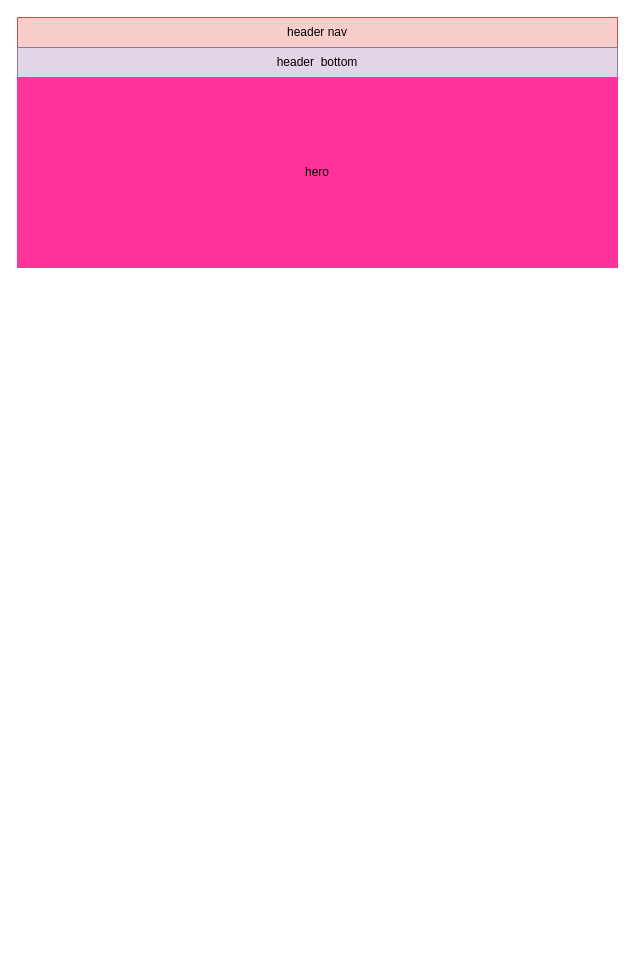
Ashkhen-Adamyan/Blanch keeps this draw.io diagram as Untitled Diagram.drawio. Above is the earlier version. Source tidied: cells renumbered, new cells numbered last; positions are measured from the earlier drawing's top-left corner, leaving out a move shared by most shapes. Both pictures are drawn from the tidied source at 100%, with x=0, y=0 at pixel (17, 17).
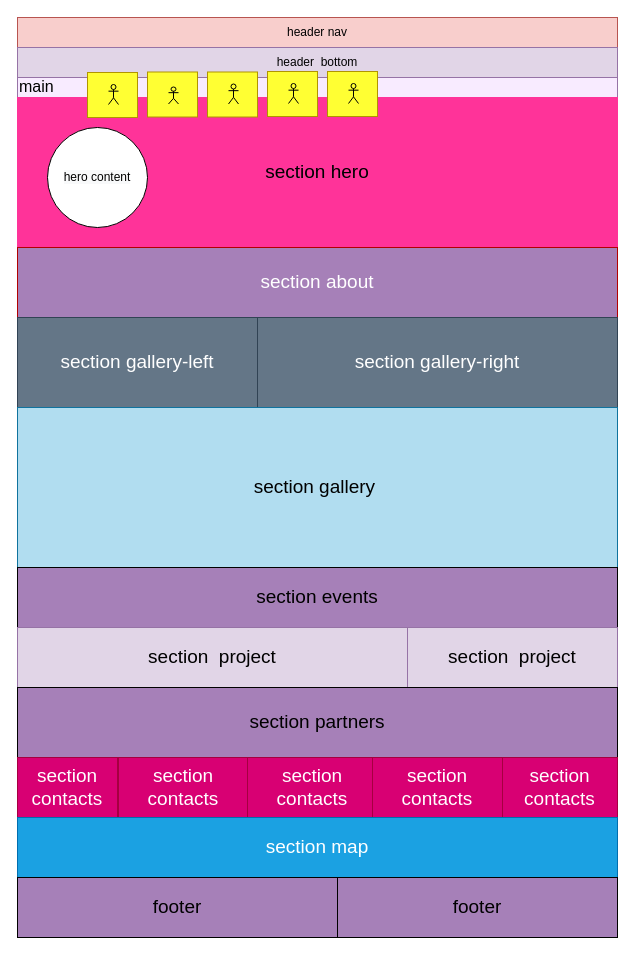
After the change.

What changed in the source:
```diff
@@
+    <mxCell id="5" style="edgeStyle=orthogonalEdgeStyle;rounded=0;jettySize=auto;html=1;" parent="1" edge="1" source="9" target="4">
+      <mxGeometry relative="1" as="geometry" />
+    </mxCell>
+    <mxCell id="6" style="edgeStyle=orthogonalEdgeStyle;rounded=0;jettySize=auto;html=1;exitX=0.5;exitY=1;exitDx=0;exitDy=0;entryX=0.5;entryY=0;entryDx=0;entryDy=0;fontSize=16;" parent="1" edge="1" source="9" target="4">
+      <mxGeometry relative="1" as="geometry" />
+    </mxCell>
+    <mxCell id="7" style="edgeStyle=orthogonalEdgeStyle;rounded=0;jettySize=auto;html=1;exitX=0.5;exitY=1;exitDx=0;exitDy=0;fontSize=16;" parent="1" edge="1" source="9">
+      <mxGeometry relative="1" as="geometry">
+        <mxPoint x="300.3" y="90" as="targetPoint" />
+      </mxGeometry>
+    </mxCell>
+    <mxCell id="8" style="edgeStyle=orthogonalEdgeStyle;rounded=0;jettySize=auto;html=1;fontSize=19;" parent="1" edge="1" source="9" target="4">
+      <mxGeometry relative="1" as="geometry" />
+    </mxCell>
+    <mxCell id="9" value="&lt;sup style=&quot;line-height: 1.6;&quot;&gt;&lt;font style=&quot;font-size: 16px;&quot;&gt;main&lt;/font&gt;&lt;/sup&gt;" style="rounded=0;whiteSpace=wrap;html=1;fillColor=#F8EBFF;strokeColor=#9673a6;align=left;" parent="1" vertex="1">
+      <mxGeometry y="60" width="600" height="20" as="geometry" />
+    </mxCell>
@@
-    <mxCell id="4" value="hero" style="rounded=0;whiteSpace=wrap;html=1;fillColor=#FF3399;strokeColor=#FF3399;" parent="1" vertex="1">
-      <mxGeometry y="60" width="600" height="190" as="geometry" />
+    <mxCell id="4" value="&lt;font style=&quot;font-size: 19px;&quot;&gt;section hero&lt;/font&gt;" style="rounded=0;whiteSpace=wrap;html=1;fillColor=#FF3399;strokeColor=#FF3399;" parent="1" vertex="1">
+      <mxGeometry y="80" width="600" height="150" as="geometry" />
     </mxCell>
+    <mxCell id="10" value="&lt;span style=&quot;caret-color: rgb(0, 0, 0); color: rgb(0, 0, 0); font-family: Helvetica; font-size: 12px; font-style: normal; font-variant-caps: normal; font-weight: normal; letter-spacing: normal; text-align: center; text-indent: 0px; text-transform: none; word-spacing: 0px; -webkit-text-stroke-width: 0px; background-color: rgb(248, 249, 250); text-decoration: none; float: none; display: inline !important;&quot;&gt;hero content&lt;/span&gt;" style="ellipse;whiteSpace=wrap;html=1;" parent="1" vertex="1">
+      <mxGeometry x="30" y="110" width="100" height="100" as="geometry" />
+    </mxCell>
+    <mxCell id="11" style="rounded=0;whiteSpace=wrap;html=1;fontSize=19;fillColor=#FFFF33;fontColor=#000000;strokeColor=#B09500;" parent="1" vertex="1">
+      <mxGeometry x="70" y="55" width="50" height="45" as="geometry" />
+    </mxCell>
+    <mxCell id="12" style="shape=umlActor;verticalLabelPosition=bottom;verticalAlign=top;html=1;fontSize=19;fillColor=#FFFF33;" parent="1" vertex="1">
+      <mxGeometry x="91" y="67" width="10" height="20" as="geometry" />
+    </mxCell>
+    <mxCell id="13" style="rounded=0;whiteSpace=wrap;html=1;fontSize=19;fillColor=#FFFF33;fontColor=#000000;strokeColor=#B09500;" parent="1" vertex="1">
+      <mxGeometry x="130" y="54.5" width="50" height="45" as="geometry" />
+    </mxCell>
+    <mxCell id="14" style="shape=umlActor;verticalLabelPosition=bottom;verticalAlign=top;html=1;fontSize=19;fillColor=#FFFF33;" parent="1" vertex="1">
+      <mxGeometry x="151" y="69.5" width="10" height="17" as="geometry" />
+    </mxCell>
+    <mxCell id="15" style="rounded=0;whiteSpace=wrap;html=1;fontSize=19;fillColor=#FFFF33;fontColor=#000000;strokeColor=#B09500;" parent="1" vertex="1">
+      <mxGeometry x="190" y="54.5" width="50" height="45" as="geometry" />
+    </mxCell>
+    <mxCell id="16" style="shape=umlActor;verticalLabelPosition=bottom;verticalAlign=top;html=1;fontSize=19;fillColor=#FFFF33;" parent="1" vertex="1">
+      <mxGeometry x="211" y="66.5" width="10" height="20" as="geometry" />
+    </mxCell>
+    <mxCell id="17" style="rounded=0;whiteSpace=wrap;html=1;fontSize=19;fillColor=#FFFF33;fontColor=#000000;strokeColor=#B09500;" parent="1" vertex="1">
+      <mxGeometry x="250" y="54" width="50" height="45" as="geometry" />
+    </mxCell>
+    <mxCell id="18" style="shape=umlActor;verticalLabelPosition=bottom;verticalAlign=top;html=1;fontSize=19;fillColor=#FFFF33;" parent="1" vertex="1">
+      <mxGeometry x="271" y="66" width="10" height="20" as="geometry" />
+    </mxCell>
+    <mxCell id="19" style="rounded=0;whiteSpace=wrap;html=1;fontSize=19;fillColor=#FFFF33;fontColor=#000000;strokeColor=#B09500;" parent="1" vertex="1">
+      <mxGeometry x="310" y="54" width="50" height="45" as="geometry" />
+    </mxCell>
+    <mxCell id="20" style="shape=umlActor;verticalLabelPosition=bottom;verticalAlign=top;html=1;fontSize=19;fillColor=#FFFF33;" parent="1" vertex="1">
+      <mxGeometry x="331" y="66" width="10" height="20" as="geometry" />
+    </mxCell>
+    <mxCell id="21" value="&lt;span style=&quot;&quot;&gt;section about&lt;/span&gt;" style="rounded=0;whiteSpace=wrap;html=1;fontSize=19;fillColor=#A680B8;fontColor=#ffffff;strokeColor=#B20000;" parent="1" vertex="1">
+      <mxGeometry y="230" width="600" height="70" as="geometry" />
+    </mxCell>
+    <mxCell id="22" value="&lt;span style=&quot;&quot;&gt;section gallery-left&lt;/span&gt;" style="rounded=0;whiteSpace=wrap;html=1;fontSize=19;fillColor=#647687;fontColor=#ffffff;strokeColor=#314354;" parent="1" vertex="1">
+      <mxGeometry y="300" width="240" height="90" as="geometry" />
+    </mxCell>
+    <mxCell id="23" value="&lt;span style=&quot;&quot;&gt;section gallery-right&lt;/span&gt;" style="rounded=0;whiteSpace=wrap;html=1;fontSize=19;fillColor=#647687;fontColor=#ffffff;strokeColor=#314354;" parent="1" vertex="1">
+      <mxGeometry x="240" y="300" width="360" height="90" as="geometry" />
+    </mxCell>
+    <mxCell id="24" value="section gallery&amp;nbsp;" style="rounded=0;whiteSpace=wrap;html=1;fontSize=19;fillColor=#b1ddf0;strokeColor=#10739e;" parent="1" vertex="1">
+      <mxGeometry y="390" width="600" height="160" as="geometry" />
+    </mxCell>
+    <mxCell id="25" value="&lt;span style=&quot;&quot;&gt;section events&lt;/span&gt;" style="rounded=0;whiteSpace=wrap;html=1;fontSize=19;fillColor=#A680B8;" parent="1" vertex="1">
+      <mxGeometry y="550" width="600" height="60" as="geometry" />
+    </mxCell>
+    <mxCell id="26" value="&lt;span style=&quot;&quot;&gt;section &amp;nbsp;project&lt;/span&gt;" style="rounded=0;whiteSpace=wrap;html=1;fontSize=19;fillColor=#e1d5e7;strokeColor=#9673a6;" parent="1" vertex="1">
+      <mxGeometry y="610" width="390" height="60" as="geometry" />
+    </mxCell>
+    <mxCell id="27" value="&lt;span style=&quot;&quot;&gt;section &amp;nbsp;project&lt;/span&gt;" style="rounded=0;whiteSpace=wrap;html=1;fontSize=19;fillColor=#e1d5e7;strokeColor=#9673a6;" parent="1" vertex="1">
+      <mxGeometry x="390" y="610" width="210" height="60" as="geometry" />
+    </mxCell>
+    <mxCell id="28" value="section partners" style="rounded=0;whiteSpace=wrap;html=1;fontSize=19;fillColor=#A680B8;" parent="1" vertex="1">
+      <mxGeometry y="670" width="600" height="70" as="geometry" />
+    </mxCell>
+    <mxCell id="29" value="section contacts" style="rounded=0;whiteSpace=wrap;html=1;fontSize=19;fillColor=#d80073;fontColor=#ffffff;strokeColor=#A50040;" parent="1" vertex="1">
+      <mxGeometry y="740" width="100" height="60" as="geometry" />
+    </mxCell>
+    <mxCell id="30" value="section contacts" style="rounded=0;whiteSpace=wrap;html=1;fontSize=19;fillColor=#d80073;fontColor=#ffffff;strokeColor=#A50040;" parent="1" vertex="1">
+      <mxGeometry x="101" y="740" width="130" height="60" as="geometry" />
+    </mxCell>
+    <mxCell id="31" value="section contacts" style="rounded=0;whiteSpace=wrap;html=1;fontSize=19;fillColor=#d80073;fontColor=#ffffff;strokeColor=#A50040;" parent="1" vertex="1">
+      <mxGeometry x="230" y="740" width="130" height="60" as="geometry" />
+    </mxCell>
+    <mxCell id="32" value="section contacts" style="rounded=0;whiteSpace=wrap;html=1;fontSize=19;fillColor=#d80073;fontColor=#ffffff;strokeColor=#A50040;" parent="1" vertex="1">
+      <mxGeometry x="355" y="740" width="130" height="60" as="geometry" />
+    </mxCell>
+    <mxCell id="33" value="section contacts" style="rounded=0;whiteSpace=wrap;html=1;fontSize=19;fillColor=#d80073;fontColor=#ffffff;strokeColor=#A50040;" parent="1" vertex="1">
+      <mxGeometry x="485" y="740" width="115" height="60" as="geometry" />
+    </mxCell>
+    <mxCell id="34" value="section map" style="rounded=0;whiteSpace=wrap;html=1;fontSize=19;fillColor=#1ba1e2;fontColor=#ffffff;strokeColor=#006EAF;" parent="1" vertex="1">
+      <mxGeometry y="800" width="600" height="60" as="geometry" />
+    </mxCell>
+    <mxCell id="35" value="footer" style="rounded=0;whiteSpace=wrap;html=1;fontSize=19;fillColor=#A680B8;" parent="1" vertex="1">
+      <mxGeometry y="860" width="320" height="60" as="geometry" />
+    </mxCell>
+    <mxCell id="36" value="footer" style="rounded=0;whiteSpace=wrap;html=1;fontSize=19;fillColor=#A680B8;" parent="1" vertex="1">
+      <mxGeometry x="320" y="860" width="280" height="60" as="geometry" />
+    </mxCell>
```
